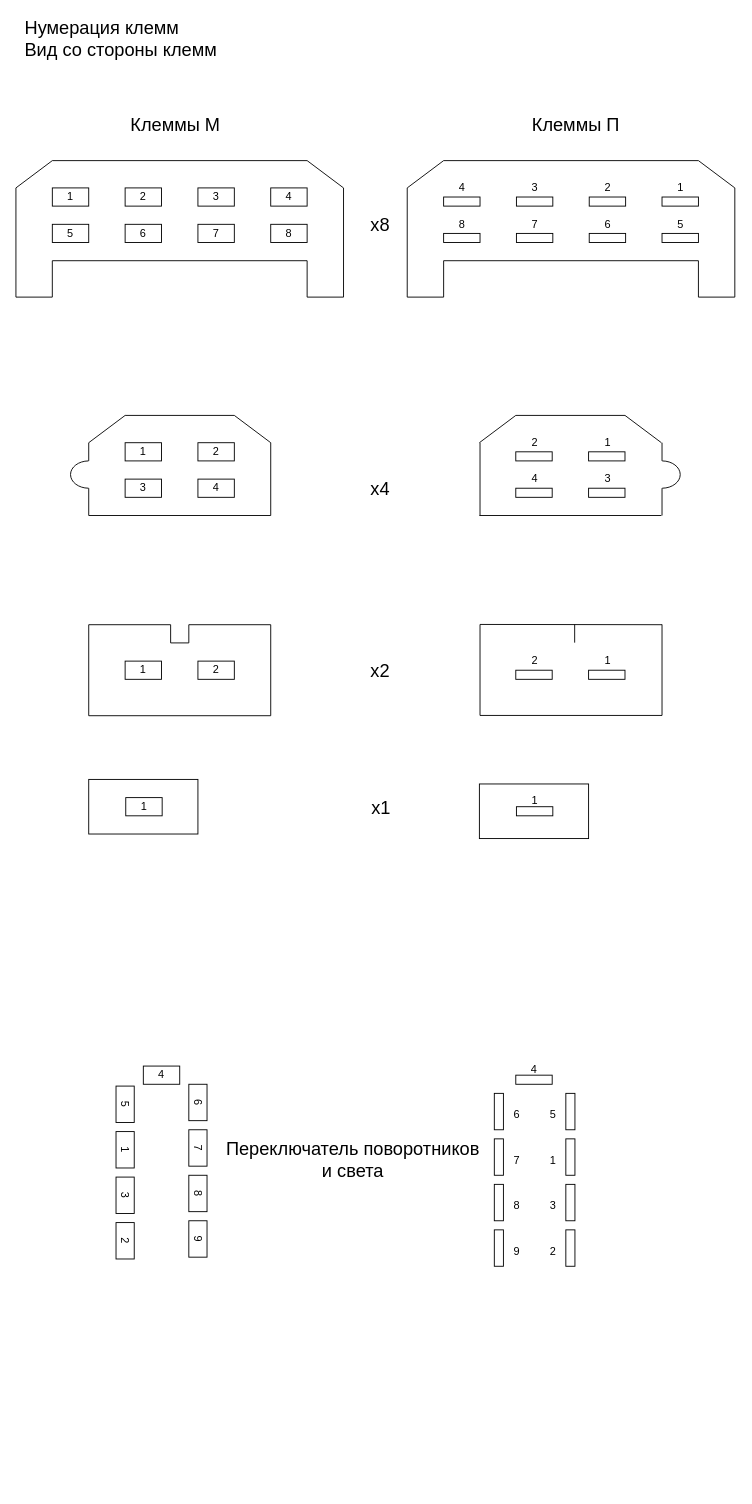
Before: updated-schematic.drawio in s-kanaev/gaz31105, a draw.io diagram. Source tidied: cells renumbered, new cells numbered last; positions are measured from the earlier drawing's top-left corner, leaving out a move shared by most shapes. Both pictures are drawn from the tidied source at 91%, with x=0, y=0 at pixel (15, 24).
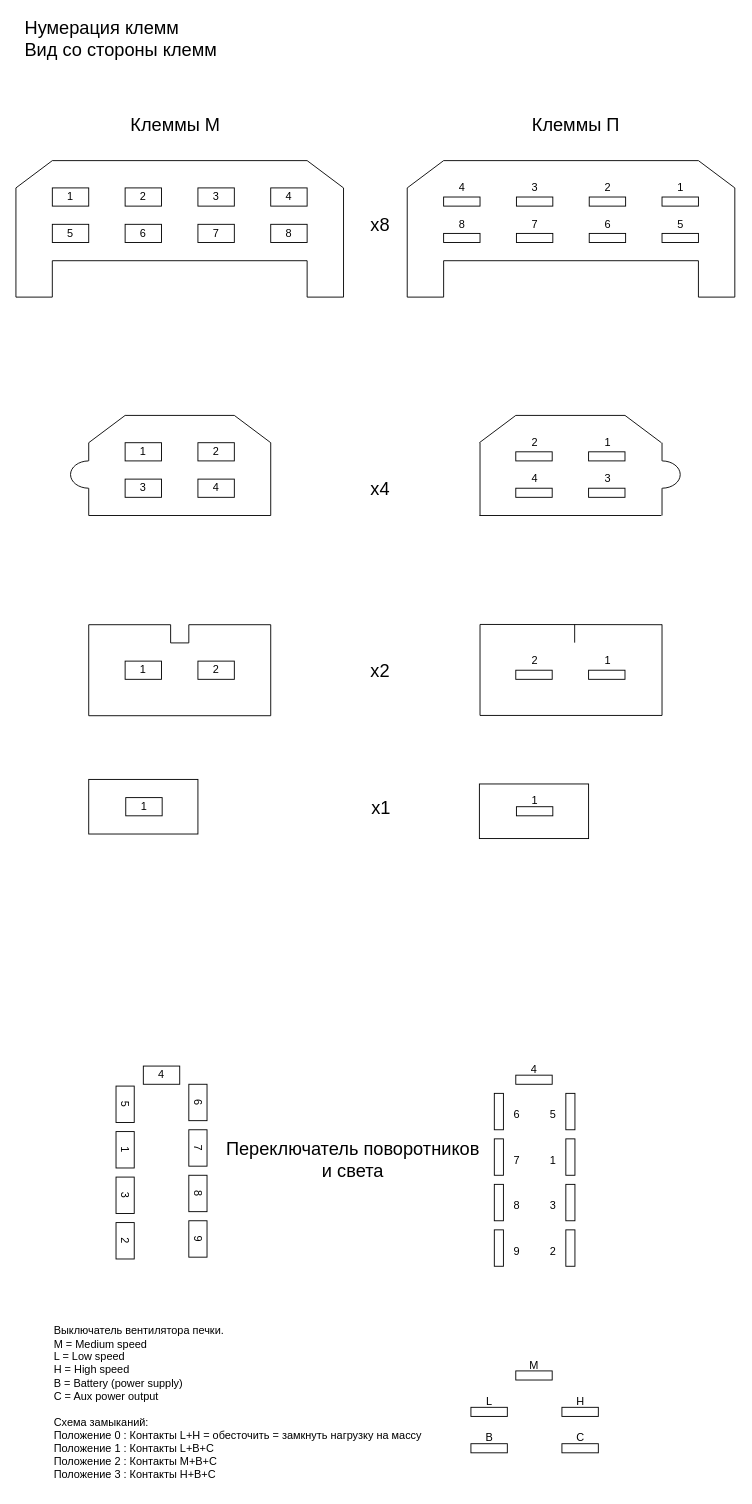
The same page after the edit.

Commit message:
Add connectors and output files

The edit, as a diff of the source:
```diff
@@
+    <mxCell id="133" style="rounded=0;whiteSpace=wrap;html=1;" parent="1" vertex="1">
+      <mxGeometry x="549.3" y="1480" width="40" height="10" as="geometry" />
+    </mxCell>
+    <mxCell id="134" value="&lt;font style=&quot;font-size: 12px&quot;&gt;M&lt;/font&gt;" style="text;html=1;align=center;verticalAlign=middle;strokeColor=none;fillColor=none;fontSize=20;" parent="1" vertex="1">
+      <mxGeometry x="554.3" y="1450" width="30" height="40" as="geometry" />
+    </mxCell>
+    <mxCell id="135" style="rounded=0;whiteSpace=wrap;html=1;" parent="1" vertex="1">
+      <mxGeometry x="500" y="1520" width="40" height="10" as="geometry" />
+    </mxCell>
+    <mxCell id="136" value="&lt;font style=&quot;font-size: 12px&quot;&gt;L&lt;/font&gt;" style="text;html=1;align=center;verticalAlign=middle;strokeColor=none;fillColor=none;fontSize=20;" parent="1" vertex="1">
+      <mxGeometry x="505" y="1490" width="30" height="40" as="geometry" />
+    </mxCell>
+    <mxCell id="137" style="rounded=0;whiteSpace=wrap;html=1;" parent="1" vertex="1">
+      <mxGeometry x="600" y="1520" width="40" height="10" as="geometry" />
+    </mxCell>
+    <mxCell id="138" value="&lt;font style=&quot;font-size: 12px&quot;&gt;H&lt;/font&gt;" style="text;html=1;align=center;verticalAlign=middle;strokeColor=none;fillColor=none;fontSize=20;" parent="1" vertex="1">
+      <mxGeometry x="605" y="1490" width="30" height="40" as="geometry" />
+    </mxCell>
+    <mxCell id="139" style="rounded=0;whiteSpace=wrap;html=1;" parent="1" vertex="1">
+      <mxGeometry x="500" y="1560" width="40" height="10" as="geometry" />
+    </mxCell>
+    <mxCell id="140" value="&lt;font style=&quot;font-size: 12px&quot;&gt;B&lt;/font&gt;" style="text;html=1;align=center;verticalAlign=middle;strokeColor=none;fillColor=none;fontSize=20;" parent="1" vertex="1">
+      <mxGeometry x="505" y="1530" width="30" height="40" as="geometry" />
+    </mxCell>
+    <mxCell id="141" style="rounded=0;whiteSpace=wrap;html=1;" parent="1" vertex="1">
+      <mxGeometry x="600" y="1560" width="40" height="10" as="geometry" />
+    </mxCell>
+    <mxCell id="142" value="&lt;font style=&quot;font-size: 12px&quot;&gt;C&lt;/font&gt;" style="text;html=1;align=center;verticalAlign=middle;strokeColor=none;fillColor=none;fontSize=20;" parent="1" vertex="1">
+      <mxGeometry x="605" y="1530" width="30" height="40" as="geometry" />
+    </mxCell>
+    <mxCell id="143" value="&lt;div style=&quot;&quot;&gt;Выключатель вентилятора печки.&lt;/div&gt;&lt;div style=&quot;&quot;&gt;M = Medium speed&lt;/div&gt;&lt;div style=&quot;&quot;&gt;L = Low speed&lt;/div&gt;&lt;div style=&quot;&quot;&gt;H = High speed&lt;/div&gt;&lt;div style=&quot;&quot;&gt;B = Battery (power supply)&lt;/div&gt;&lt;div style=&quot;&quot;&gt;C = Aux power output&lt;/div&gt;&lt;div style=&quot;&quot;&gt;&lt;br&gt;&lt;/div&gt;&lt;div style=&quot;&quot;&gt;Схема замыканий:&lt;/div&gt;&lt;div style=&quot;&quot;&gt;Положение 0 : Контакты L+H = обесточить = замкнуть нагрузку на массу&lt;/div&gt;&lt;div style=&quot;&quot;&gt;Положение 1 : Контакты L+B+C&lt;/div&gt;&lt;div style=&quot;&quot;&gt;Положение 2 : Контакты M+B+C&lt;/div&gt;&lt;div style=&quot;&quot;&gt;Положение 3 : Контакты H+B+C&lt;/div&gt;" style="text;html=1;align=left;verticalAlign=middle;strokeColor=none;fillColor=none;" parent="1" vertex="1">
+      <mxGeometry x="40" y="1420" width="430" height="190" as="geometry" />
+    </mxCell>
```
